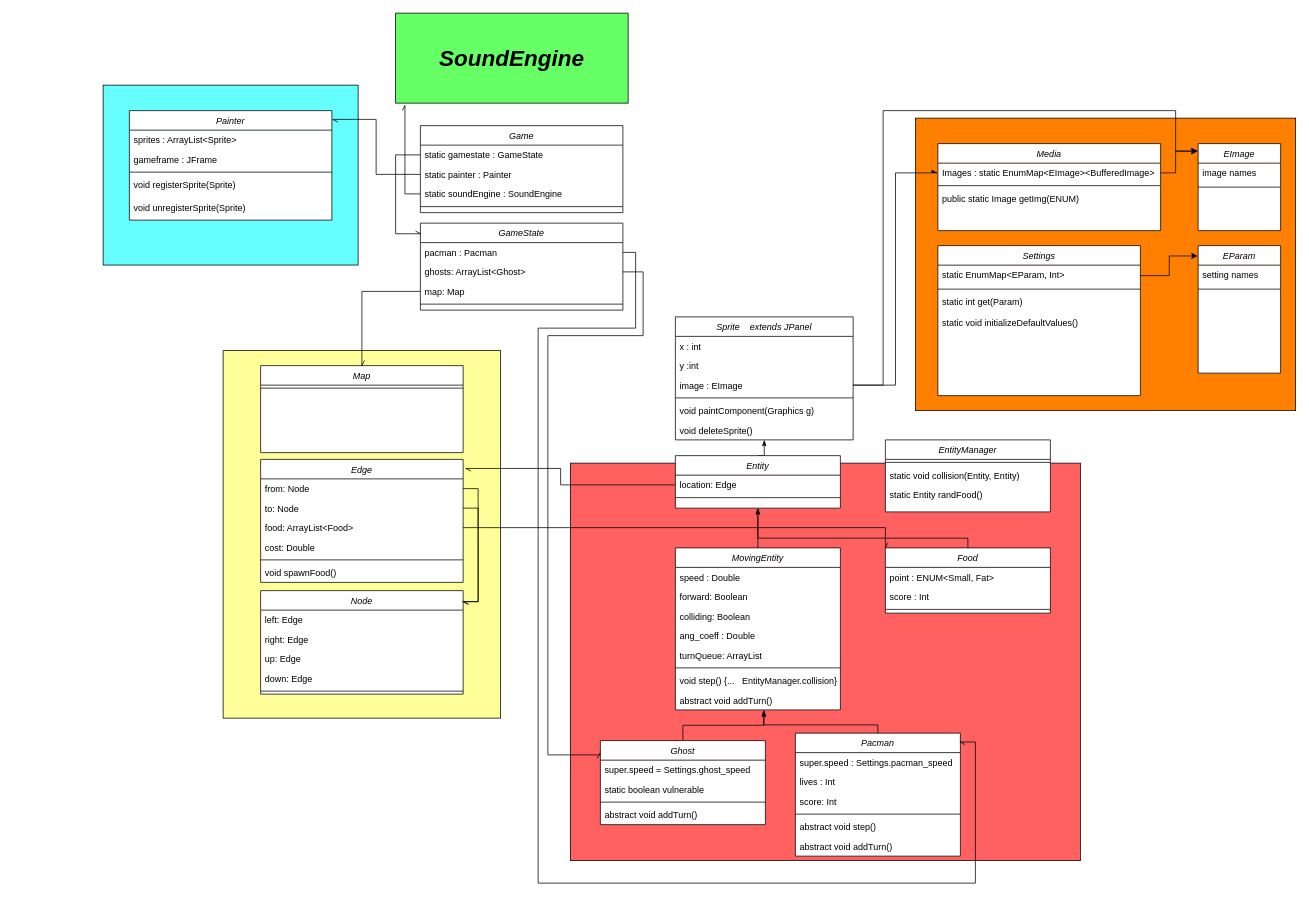
Earlier version of the draw.io diagram ClassDiagram.drawio (cerfedino/SwingPacman). Source tidied: cells renumbered, new cells numbered last; positions are measured from the earlier drawing's top-left corner, leaving out a move shared by most shapes. Both pictures are drawn from the tidied source at 75%, with x=0, y=0 at pixel (103, 13).
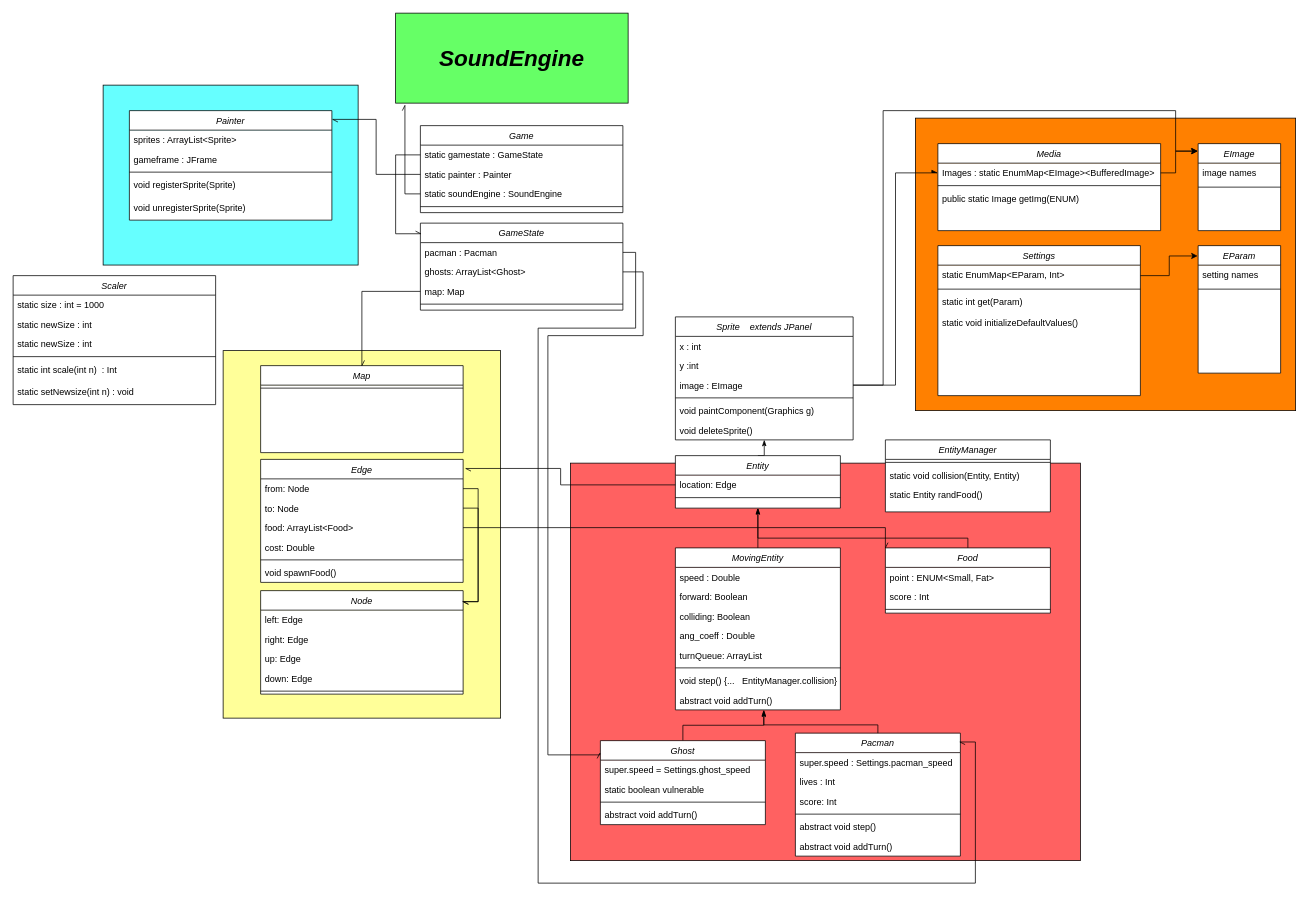
After the change.

Commit message:
Updated the class diagram

The edit, as a diff of the source:
```diff
@@
+    <mxCell id="112" value="Scaler" style="swimlane;fontStyle=2;align=center;verticalAlign=top;horizontal=1;startSize=26;rounded=0;shadow=0;strokeWidth=1;swimlaneFillColor=#ffffff;" parent="1" vertex="1">
+      <mxGeometry x="-120" y="350" width="270" height="172" as="geometry" />
+    </mxCell>
+    <mxCell id="113" value="static size : int = 1000" style="text;align=left;verticalAlign=top;spacingLeft=4;spacingRight=4;overflow=hidden;" parent="112" vertex="1">
+      <mxGeometry y="26" width="270" height="26" as="geometry" />
+    </mxCell>
+    <mxCell id="114" value="static newSize : int" style="text;align=left;verticalAlign=top;spacingLeft=4;spacingRight=4;overflow=hidden;" parent="112" vertex="1">
+      <mxGeometry y="52" width="270" height="26" as="geometry" />
+    </mxCell>
+    <mxCell id="115" value="static newSize : int" style="text;align=left;verticalAlign=top;spacingLeft=4;spacingRight=4;overflow=hidden;" parent="112" vertex="1">
+      <mxGeometry y="78" width="270" height="26" as="geometry" />
+    </mxCell>
+    <mxCell id="116" style="line;html=1;strokeWidth=1;align=left;verticalAlign=middle;spacingTop=-1;spacingLeft=3;spacingRight=3;labelPosition=right;" parent="112" vertex="1">
+      <mxGeometry y="104" width="270" height="8" as="geometry" />
+    </mxCell>
+    <mxCell id="117" value="static int scale(int n)  : Int" style="text;align=left;verticalAlign=top;spacingLeft=4;spacingRight=4;overflow=hidden;rounded=0;shadow=0;html=0;" parent="112" vertex="1">
+      <mxGeometry y="112" width="270" height="30" as="geometry" />
+    </mxCell>
+    <mxCell id="118" value="static setNewsize(int n) : void" style="text;align=left;verticalAlign=top;spacingLeft=4;spacingRight=4;overflow=hidden;rounded=0;shadow=0;html=0;" parent="112" vertex="1">
+      <mxGeometry y="142" width="270" height="30" as="geometry" />
+    </mxCell>
```
